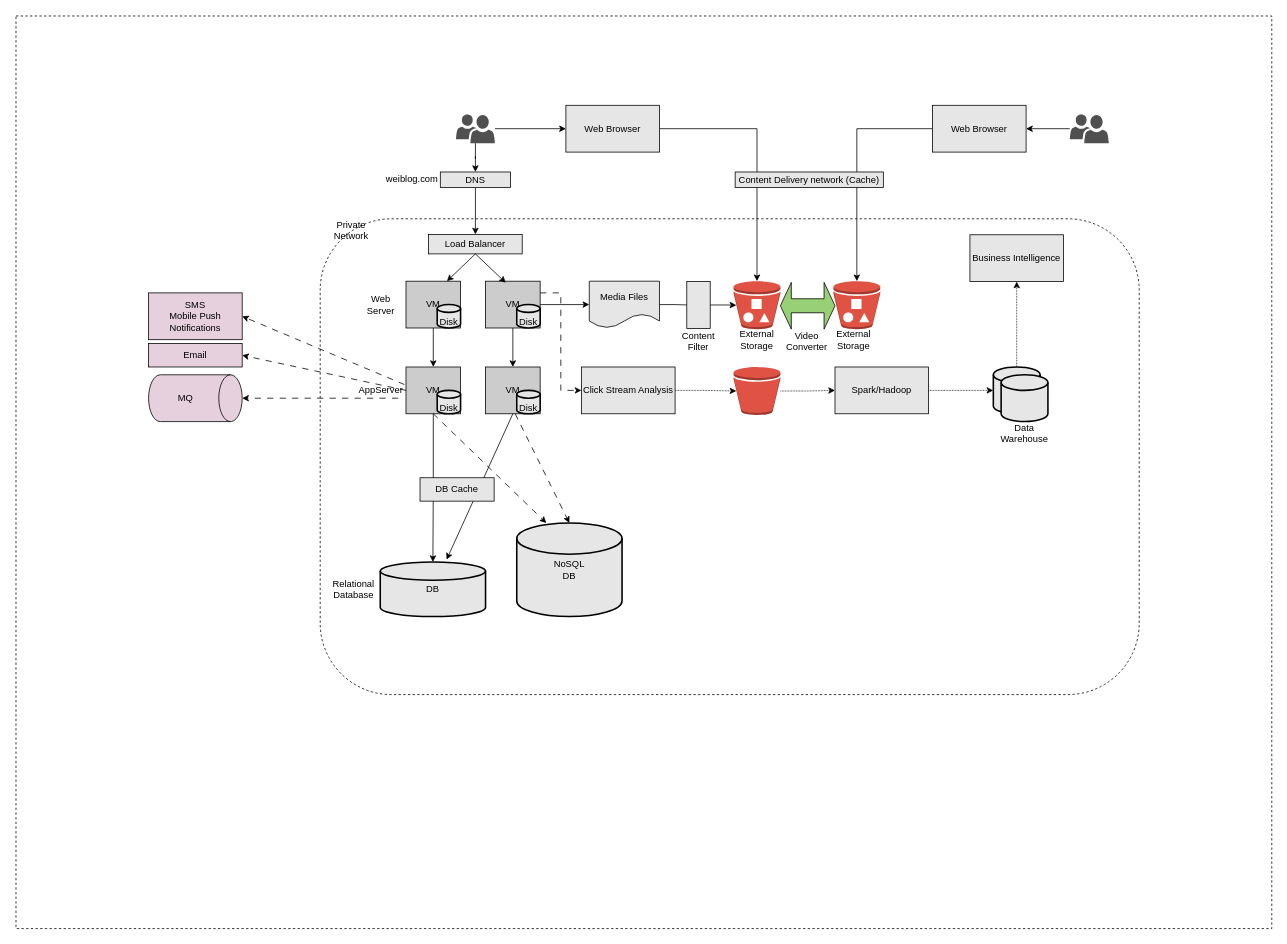
Earlier version of the draw.io diagram drawio/AWSIntro.drawio (GuilinDev/Notes). Source tidied: cells renumbered, new cells numbered last; positions are measured from the earlier drawing's top-left corner, leaving out a move shared by most shapes. Both pictures are drawn from the tidied source at 78%, with x=0, y=0 at pixel (16, 16).
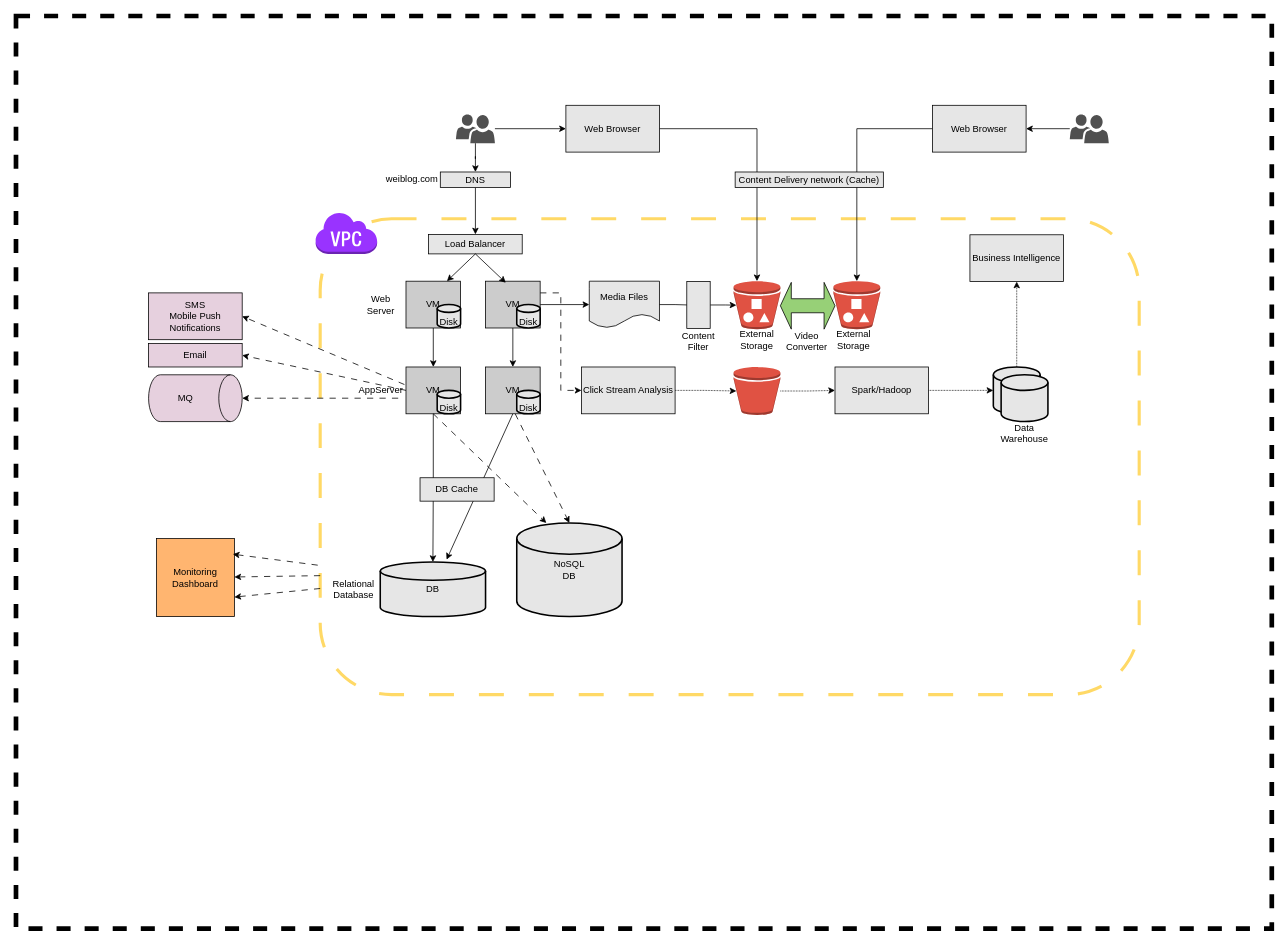
After the change.

Diff of the diagram source:
```diff
@@
-    <mxCell id="2" style="rounded=0;whiteSpace=wrap;html=1;dashed=1;" parent="1" vertex="1">
+    <mxCell id="2" style="rounded=0;whiteSpace=wrap;html=1;dashed=1;strokeWidth=6;" parent="1" vertex="1">
       <mxGeometry width="1610" height="1170" as="geometry" />
     </mxCell>
-    <mxCell id="3" style="rounded=1;whiteSpace=wrap;html=1;dashed=1;" parent="1" vertex="1">
+    <mxCell id="3" style="rounded=1;whiteSpace=wrap;html=1;dashed=1;dashPattern=8 8;strokeColor=#FFD966;strokeWidth=4;" parent="1" vertex="1">
       <mxGeometry x="390" y="260" width="1050" height="610" as="geometry" />
     </mxCell>
-    <mxCell id="4" value="Private Network" style="text;html=1;strokeColor=none;fillColor=none;align=center;verticalAlign=middle;whiteSpace=wrap;rounded=0;dashed=1;" parent="1" vertex="1">
-      <mxGeometry x="400" y="260" width="60" height="30" as="geometry" />
-    </mxCell>
@@
+    <mxCell id="71" value="Monitoring Dashboard" style="whiteSpace=wrap;html=1;fillColor=#FFB570;" parent="1" vertex="1">
+      <mxGeometry x="180" y="670" width="100" height="100" as="geometry" />
+    </mxCell>
+    <mxCell id="72" style="endArrow=classic;html=1;rounded=0;dashed=1;dashPattern=8 8;exitX=-0.003;exitY=0.728;exitDx=0;exitDy=0;exitPerimeter=0;" parent="1" edge="1" source="3">
+      <mxGeometry relative="1" as="geometry">
+        <mxPoint x="278" y="690" as="targetPoint" />
+      </mxGeometry>
+    </mxCell>
+    <mxCell id="73" style="endArrow=classic;html=1;rounded=0;dashed=1;dashPattern=8 8;exitX=0;exitY=0.75;exitDx=0;exitDy=0;" parent="1" edge="1" source="3" target="71">
+      <mxGeometry relative="1" as="geometry" />
+    </mxCell>
+    <mxCell id="74" style="endArrow=classic;html=1;rounded=0;dashed=1;dashPattern=8 8;exitX=0;exitY=0.777;exitDx=0;exitDy=0;exitPerimeter=0;entryX=1;entryY=0.75;entryDx=0;entryDy=0;" parent="1" edge="1" source="3" target="71">
+      <mxGeometry relative="1" as="geometry" />
+    </mxCell>
+    <mxCell id="75" style="dashed=0;verticalLabelPosition=bottom;verticalAlign=top;align=center;html=1;shape=mxgraph.aws3.virtual_private_cloud;fillColor=#9933FF;gradientColor=none;fontSize=18;" parent="1" vertex="1">
+      <mxGeometry x="383.5" y="251" width="79.5" height="54" as="geometry" />
+    </mxCell>
```
